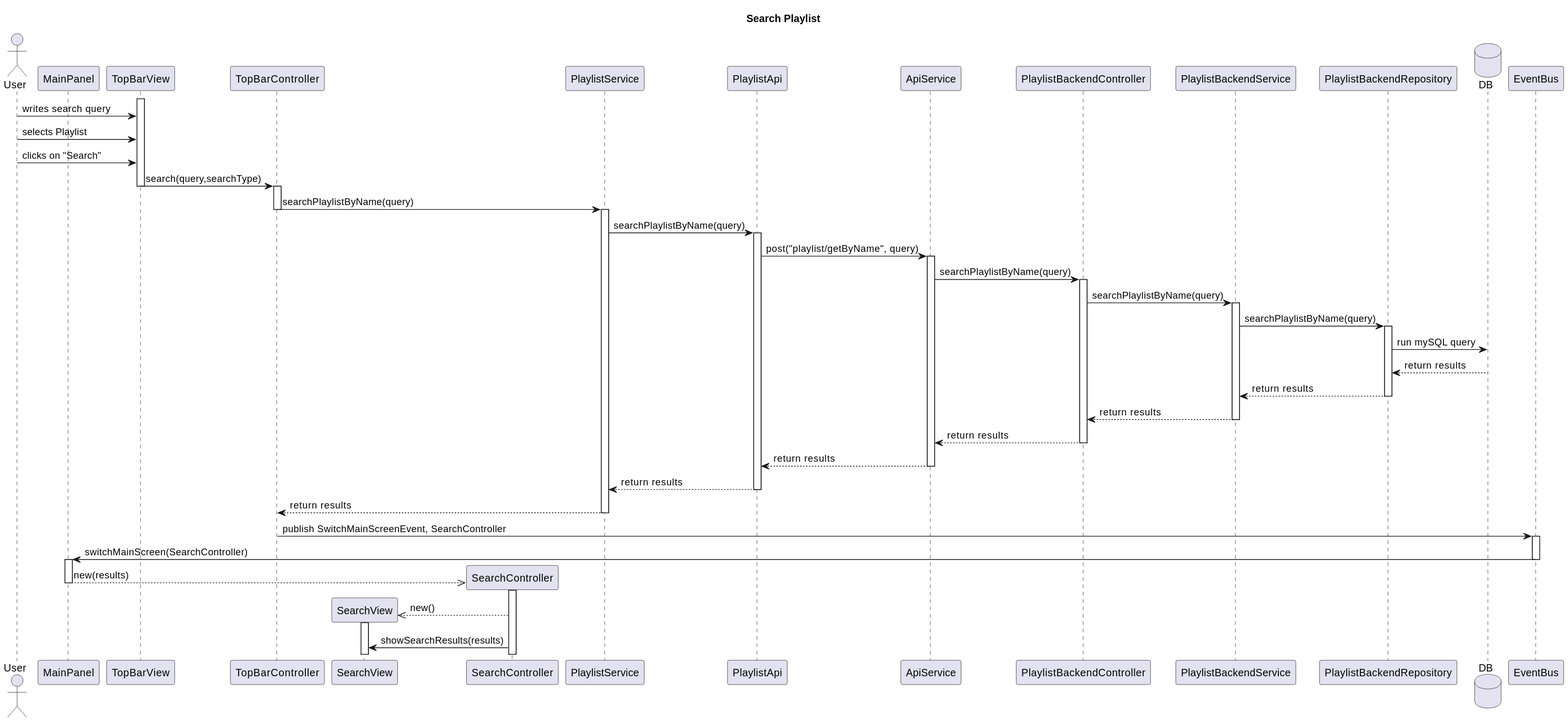
This is Paradoteo_4/SequenceDiagrams-v0.3/SearchPlaylist.svg from RubenKingCP/Tunix, a PlantUML export, as it was before one commit.
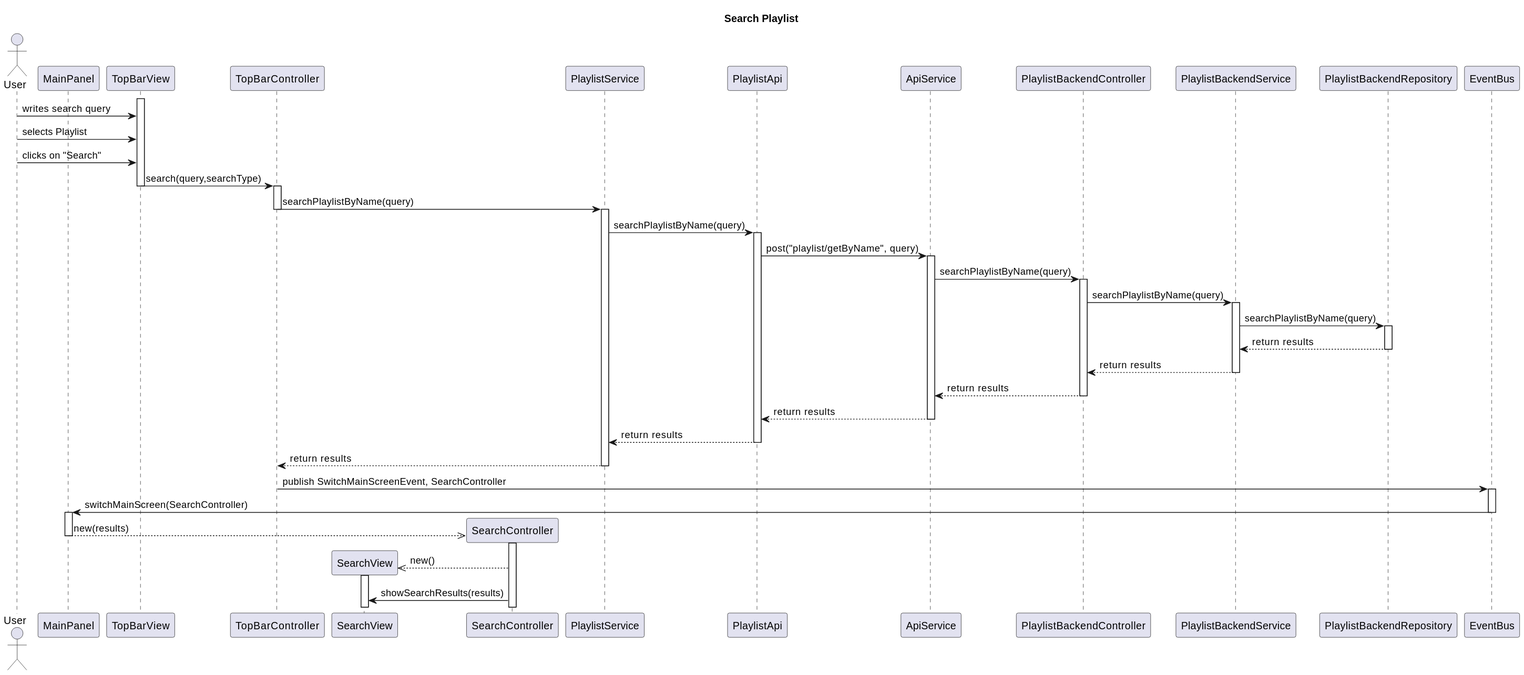
The same file after the commit.

The edit, as a diff of the source:
```diff
@@ -15,7 +15,6 @@
 participant PlaylistBackendService
 participant PlaylistBackendRepository
 
-database DB
 
 participant EventBus
 
@@ -39,8 +38,6 @@
 activate PlaylistBackendService
 PlaylistBackendService -> PlaylistBackendRepository : searchPlaylistByName(query)
 activate PlaylistBackendRepository
-PlaylistBackendRepository -> DB : run mySQL query
-DB --> PlaylistBackendRepository : return results
 PlaylistBackendRepository --> PlaylistBackendService : return results
 deactivate PlaylistBackendRepository
 PlaylistBackendService --> PlaylistBackendController : return results
```
